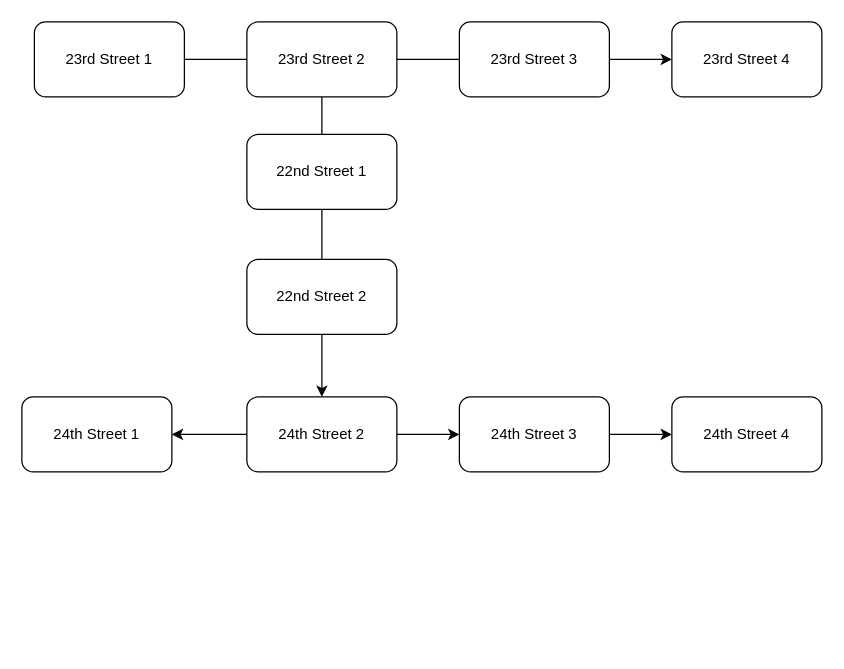
Before: Slumerbs.drawio in michaelm142/Stick-Figure-Game, a draw.io diagram. Source tidied: cells renumbered, new cells numbered last; positions are measured from the earlier drawing's top-left corner, leaving out a move shared by most shapes. Both pictures are drawn from the tidied source at 125%, with x=0, y=0 at pixel (21, 21).
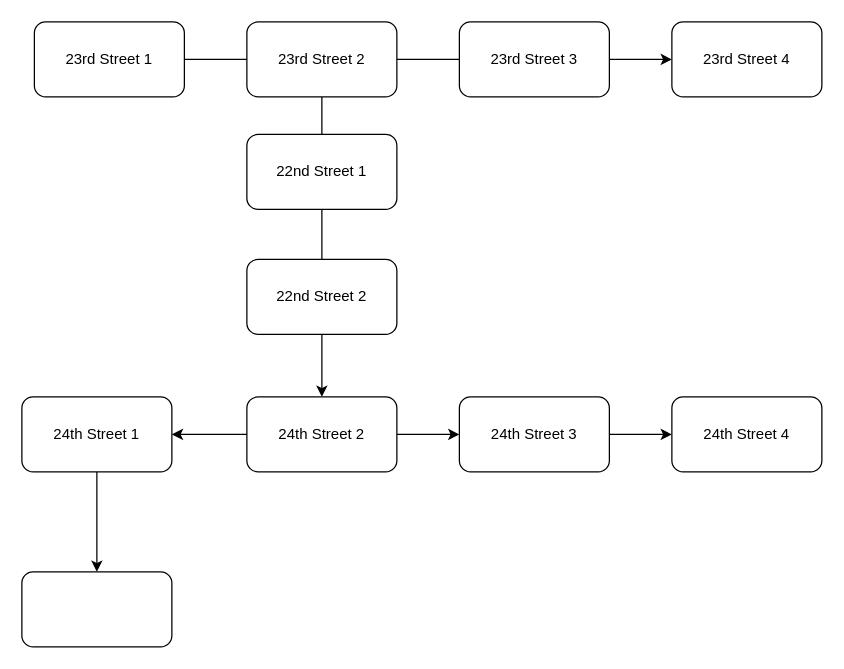
After the change.

The change refers to these unchanged cells:
```xml
<mxCell id="17" value="24th Street 1" style="rounded=1;whiteSpace=wrap;html=1;" parent="1" vertex="1">
  <mxGeometry y="300" width="120" height="60" as="geometry" />
</mxCell>
```

What changed in the source:
```diff
@@
+    <mxCell id="21" style="edgeStyle=orthogonalEdgeStyle;rounded=0;jettySize=auto;html=1;" parent="1" edge="1" source="17" target="22">
+      <mxGeometry relative="1" as="geometry" />
+    </mxCell>
@@
+    <mxCell id="22" style="whiteSpace=wrap;html=1;rounded=1;" parent="1" vertex="1">
+      <mxGeometry y="440" width="120" height="60" as="geometry" />
+    </mxCell>
```
